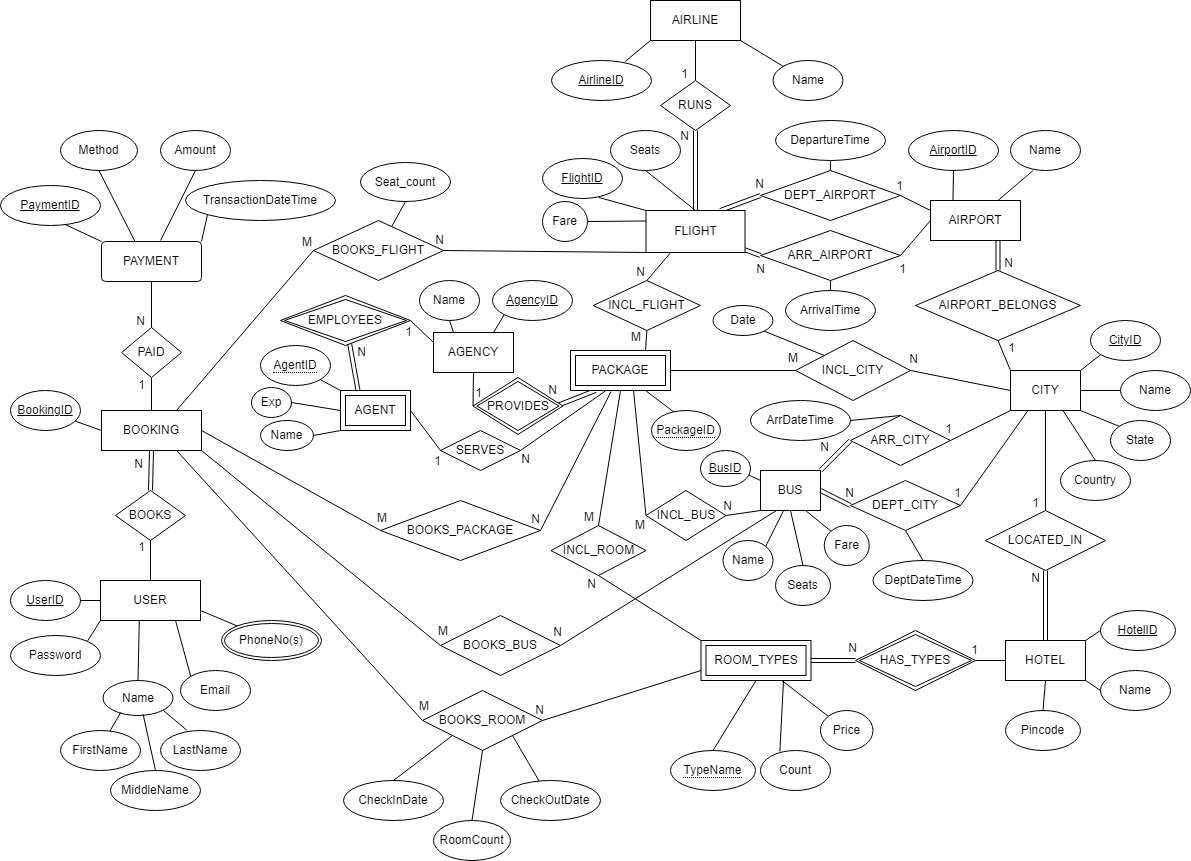
This is Diagrams/ER Diagram.png from chetankar65/AStar_DBMS, a draw.io export, as it was before one commit. Source tidied: cells renumbered, new cells last; positions are measured from the earlier drawing's top-left corner, leaving out a move shared by most shapes.
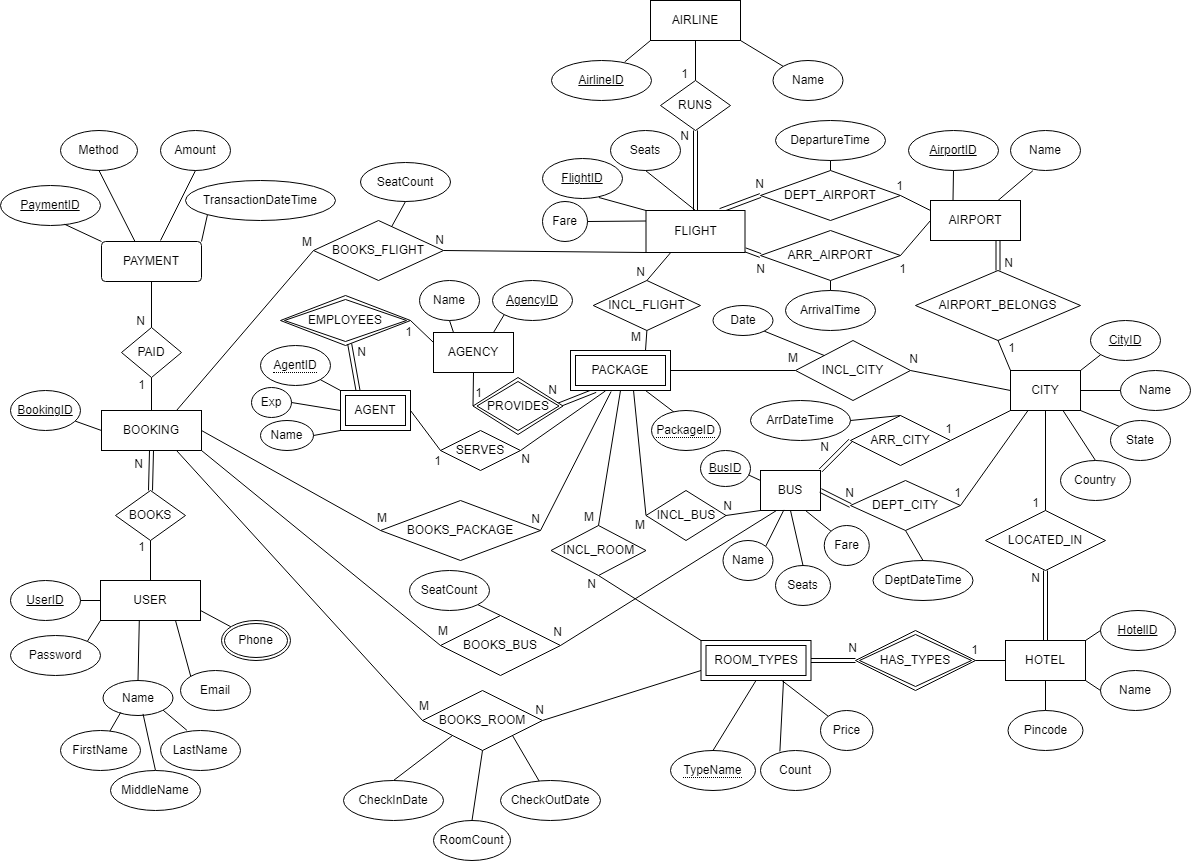
The same diagram one commit later.

Diff of the diagram source:
```diff
@@ -733,23 +733,29 @@
     <mxCell id="211" style="endArrow=none;html=1;rounded=0;exitX=1;exitY=0;exitDx=0;exitDy=0;entryX=0.39;entryY=0.985;entryDx=0;entryDy=0;entryPerimeter=0;" parent="1" edge="1" source="210" target="69">
       <mxGeometry relative="1" as="geometry" />
     </mxCell>
-    <mxCell id="212" value="Seat_count" style="ellipse;whiteSpace=wrap;html=1;" parent="1" vertex="1">
+    <mxCell id="212" value="SeatCount" style="ellipse;whiteSpace=wrap;html=1;" parent="1" vertex="1">
       <mxGeometry x="360" y="162" width="90" height="39" as="geometry" />
     </mxCell>
     <mxCell id="213" style="endArrow=none;html=1;rounded=0;entryX=0.5;entryY=1;entryDx=0;entryDy=0;" parent="1" edge="1" source="115" target="212">
       <mxGeometry relative="1" as="geometry" />
     </mxCell>
     <mxCell id="214" value="Pincode" style="ellipse;whiteSpace=wrap;html=1;" parent="1" vertex="1">
-      <mxGeometry x="1005" y="710" width="75" height="40" as="geometry" />
+      <mxGeometry x="1007.5" y="710" width="75" height="40" as="geometry" />
     </mxCell>
     <mxCell id="215" style="endArrow=none;html=1;rounded=0;exitX=0.5;exitY=0;exitDx=0;exitDy=0;entryX=0.5;entryY=1;entryDx=0;entryDy=0;" parent="1" edge="1" source="214" target="89">
       <mxGeometry relative="1" as="geometry" />
     </mxCell>
-    <mxCell id="216" value="PhoneNo(s)" style="ellipse;shape=doubleEllipse;margin=3;whiteSpace=wrap;html=1;align=center;" parent="1" vertex="1">
-      <mxGeometry x="221" y="620" width="100" height="40" as="geometry" />
+    <mxCell id="216" value="Phone" style="ellipse;shape=doubleEllipse;margin=3;whiteSpace=wrap;html=1;align=center;" parent="1" vertex="1">
+      <mxGeometry x="221" y="620" width="69" height="40" as="geometry" />
     </mxCell>
     <mxCell id="217" style="endArrow=none;html=1;rounded=0;entryX=1;entryY=0.75;entryDx=0;entryDy=0;" parent="1" edge="1" source="216" target="2">
       <mxGeometry relative="1" as="geometry" />
     </mxCell>
+    <mxCell id="218" value="SeatCount" style="ellipse;whiteSpace=wrap;html=1;" parent="1" vertex="1">
+      <mxGeometry x="409" y="570" width="80" height="40" as="geometry" />
+    </mxCell>
+    <mxCell id="219" style="endArrow=none;html=1;rounded=0;exitX=1;exitY=1;exitDx=0;exitDy=0;entryX=0.5;entryY=0;entryDx=0;entryDy=0;" parent="1" edge="1" source="218" target="147">
+      <mxGeometry relative="1" as="geometry" />
+    </mxCell>
   </root>
 </mxGraphModel>
```
